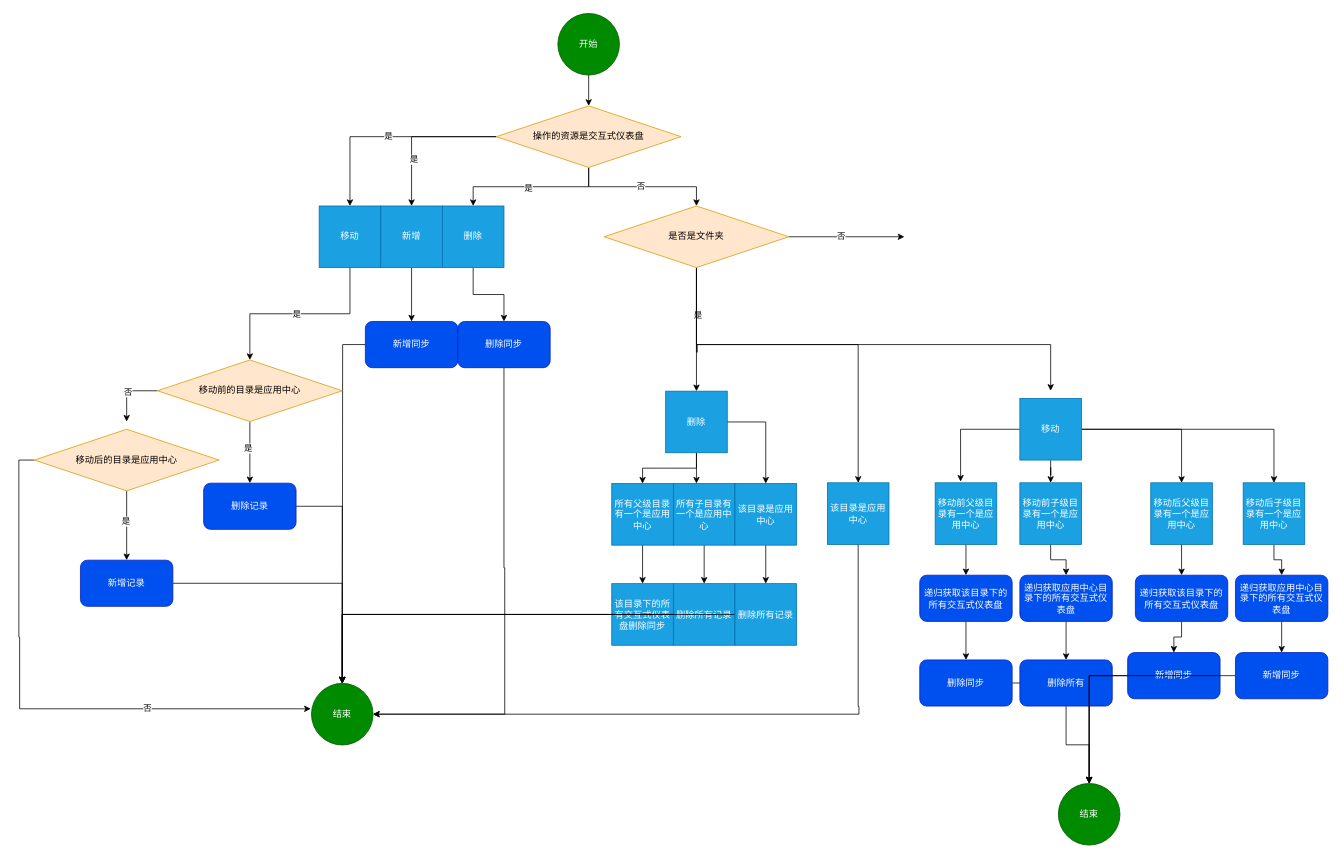
The draw.io diagram 大屏增删移动同步.drawio in zp17762835004/e-commerce, before the edit. Source tidied: cells renumbered, new cells numbered last; positions are measured from the earlier drawing's top-left corner, leaving out a move shared by most shapes. Both pictures are drawn from the tidied source at 77%, with x=0, y=0 at pixel (18, 13).
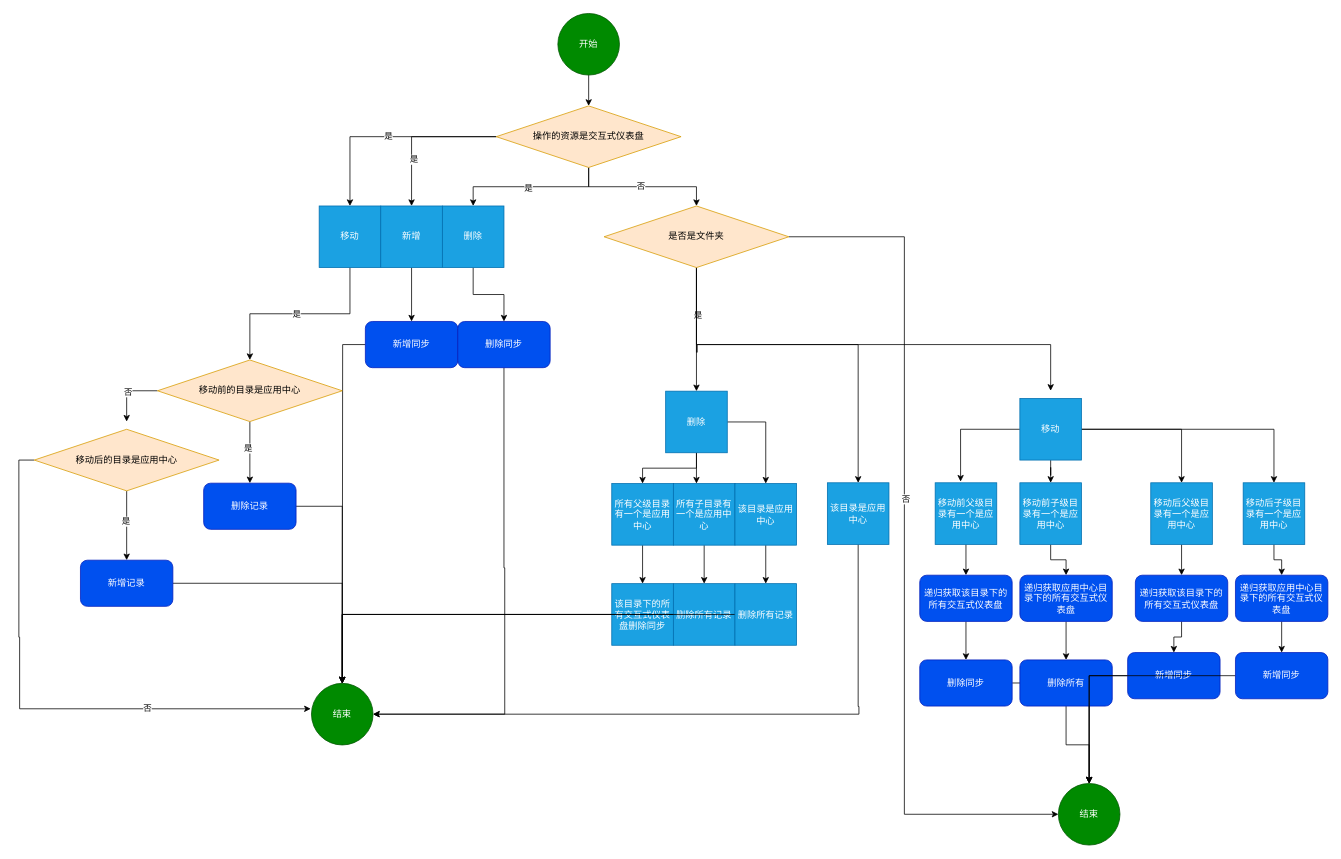
The same diagram, later.

Commit message (it also covers changes not shown here):
更新大屏增删移动同步.drawio

The change refers to these unchanged cells:
```xml
<mxCell id="53" value="&lt;font color=&quot;#000000&quot;&gt;是否是文件夹&lt;/font&gt;" style="rhombus;whiteSpace=wrap;html=1;fillColor=#ffe6cc;strokeColor=#d79b00;" parent="1" vertex="1">
  <mxGeometry x="760" y="250" width="240" height="80" as="geometry" />
</mxCell>
<mxCell id="92" value="结束" style="ellipse;whiteSpace=wrap;html=1;fillColor=#008a00;fontColor=#ffffff;strokeColor=#005700;" parent="1" vertex="1">
  <mxGeometry x="1350" y="1000" width="80" height="80" as="geometry" />
</mxCell>
```

Change to the diagram source:
```diff
@@
-    <mxCell id="47" style="edgeStyle=orthogonalEdgeStyle;rounded=0;jettySize=auto;html=1;" parent="1" edge="1" source="53">
+    <mxCell id="47" style="edgeStyle=orthogonalEdgeStyle;rounded=0;jettySize=auto;html=1;entryX=0;entryY=0.5;entryDx=0;entryDy=0;" parent="1" edge="1" source="53" target="92">
       <mxGeometry relative="1" as="geometry">
-        <mxPoint x="1150" y="290" as="targetPoint" />
+        <Array as="points">
+          <mxPoint x="1150" y="290" />
+          <mxPoint x="1150" y="1040" />
+        </Array>
       </mxGeometry>
     </mxCell>
```
